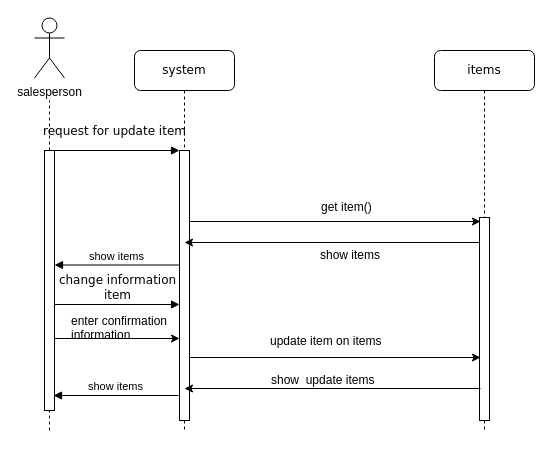
Above: sequence/update_item.drawio in aenad/iut_foods (draw.io), before the change. Source tidied: cells renumbered, new cells numbered last; positions are measured from the earlier drawing's top-left corner, leaving out a move shared by most shapes. Both pictures are drawn from the tidied source at 100%, with x=0, y=0 at pixel (34, 18).
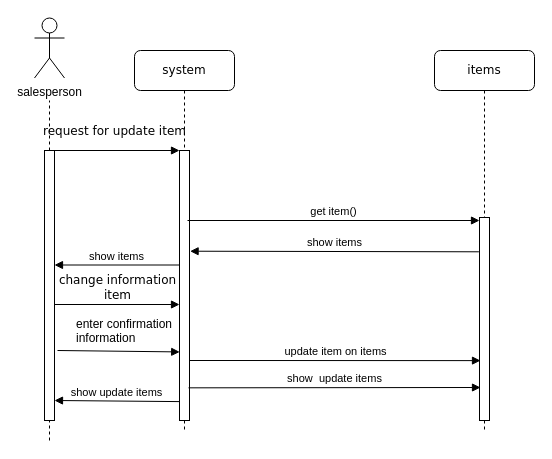
The same diagram, later.

Unchanged cells that the change refers to:
```xml
<mxCell id="2" value="system" style="shape=umlLifeline;perimeter=lifelinePerimeter;whiteSpace=wrap;html=1;rounded=1;shadow=0;comic=0;labelBackgroundColor=none;strokeColor=#000000;strokeWidth=1;fillColor=#FFFFFF;fontFamily=Verdana;fontSize=12;fontColor=#000000;align=center;" parent="1" vertex="1">
  <mxGeometry x="100" y="32" width="100" height="380" as="geometry" />
</mxCell>
<mxCell id="3" style="html=1;points=[];perimeter=orthogonalPerimeter;rounded=0;shadow=0;comic=0;labelBackgroundColor=none;strokeColor=#000000;strokeWidth=1;fillColor=#FFFFFF;fontFamily=Verdana;fontSize=12;fontColor=#000000;align=center;" parent="2" vertex="1">
  <mxGeometry x="45" y="100" width="10" height="270" as="geometry" />
</mxCell>
<mxCell id="6" style="html=1;points=[];perimeter=orthogonalPerimeter;rounded=0;shadow=0;comic=0;labelBackgroundColor=none;strokeColor=#000000;strokeWidth=1;fillColor=#FFFFFF;fontFamily=Verdana;fontSize=12;fontColor=#000000;align=center;" parent="1" vertex="1">
  <mxGeometry x="445" y="199" width="10" height="203" as="geometry" />
</mxCell>
```

The edit, as a diff of the source:
```diff
@@
+    <mxCell id="24" value="&lt;span&gt;show&amp;nbsp; update items&lt;/span&gt;" style="html=1;verticalAlign=bottom;endArrow=block;exitX=0.9;exitY=0.879;exitDx=0;exitDy=0;exitPerimeter=0;" parent="2" edge="1" source="3">
+      <mxGeometry relative="1" as="geometry">
+        <mxPoint x="346" y="337" as="targetPoint" />
+      </mxGeometry>
+    </mxCell>
@@
-    <mxCell id="5" style="edgeStyle=orthogonalEdgeStyle;rounded=0;orthogonalLoop=1;jettySize=auto;html=1;" parent="1" edge="1">
-      <mxGeometry relative="1" as="geometry">
-        <mxPoint x="445" y="224" as="sourcePoint" />
-        <mxPoint x="150" y="224" as="targetPoint" />
-      </mxGeometry>
-    </mxCell>
@@
-    <mxCell id="8" style="edgeStyle=orthogonalEdgeStyle;rounded=0;orthogonalLoop=1;jettySize=auto;html=1;" parent="1" edge="1">
-      <mxGeometry relative="1" as="geometry">
-        <mxPoint x="446" y="370" as="sourcePoint" />
-        <mxPoint x="150" y="370" as="targetPoint" />
-        <Array as="points">
-          <mxPoint x="446" y="370" />
-        </Array>
-      </mxGeometry>
-    </mxCell>
@@
-    <mxCell id="11" style="edgeStyle=orthogonalEdgeStyle;rounded=0;orthogonalLoop=1;jettySize=auto;html=1;entryX=-0.1;entryY=0.739;entryDx=0;entryDy=0;entryPerimeter=0;exitX=0.9;exitY=0.657;exitDx=0;exitDy=0;exitPerimeter=0;" parent="1" edge="1">
-      <mxGeometry relative="1" as="geometry">
-        <mxPoint x="19" y="341" as="sourcePoint" />
-        <mxPoint x="145" y="320" as="targetPoint" />
-        <Array as="points">
-          <mxPoint x="19" y="320" />
-        </Array>
-      </mxGeometry>
-    </mxCell>
     <mxCell id="12" style="html=1;points=[];perimeter=orthogonalPerimeter;rounded=0;shadow=0;comic=0;labelBackgroundColor=none;strokeColor=#000000;strokeWidth=1;fillColor=#FFFFFF;fontFamily=Verdana;fontSize=12;fontColor=#000000;align=center;" parent="1" vertex="1">
-      <mxGeometry x="10" y="132" width="10" height="260" as="geometry" />
+      <mxGeometry x="10" y="132" width="10" height="270" as="geometry" />
     </mxCell>
     <mxCell id="13" style="endArrow=none;dashed=1;html=1;" parent="1" edge="1" target="12">
       <mxGeometry relative="1" as="geometry">
-        <mxPoint x="15" y="412" as="sourcePoint" />
+        <mxPoint x="15" y="422" as="sourcePoint" />
       </mxGeometry>
     </mxCell>
@@
-    <mxCell id="15" style="edgeStyle=orthogonalEdgeStyle;rounded=0;orthogonalLoop=1;jettySize=auto;html=1;entryX=0.1;entryY=0.417;entryDx=0;entryDy=0;entryPerimeter=0;" parent="1" edge="1">
-      <mxGeometry relative="1" as="geometry">
-        <mxPoint x="155" y="203" as="sourcePoint" />
-        <mxPoint x="446" y="203" as="targetPoint" />
-      </mxGeometry>
-    </mxCell>
+    <mxCell id="22" value="show items" style="html=1;verticalAlign=bottom;endArrow=block;" parent="1" edge="1" target="12">
+      <mxGeometry relative="1" as="geometry">
+        <mxPoint x="145" y="246.5" as="sourcePoint" />
+      </mxGeometry>
+    </mxCell>
-    <mxCell id="16" value="get item()" style="text;html=1;align=left;verticalAlign=top;spacingTop=-4;" parent="1" vertex="1">
-      <mxGeometry x="285" y="179" width="70" height="20" as="geometry" />
+    <mxCell id="16" value="&lt;span&gt;get item()&lt;/span&gt;" style="html=1;verticalAlign=bottom;endArrow=block;exitX=0.9;exitY=0.879;exitDx=0;exitDy=0;exitPerimeter=0;" parent="1" edge="1">
+      <mxGeometry relative="1" as="geometry">
+        <mxPoint x="153" y="202" as="sourcePoint" />
+        <mxPoint x="445" y="202" as="targetPoint" />
+      </mxGeometry>
     </mxCell>
-    <mxCell id="17" value="show items" style="text;html=1;align=left;verticalAlign=top;spacingTop=-4;" parent="1" vertex="1">
-      <mxGeometry x="284" y="227" width="80" height="20" as="geometry" />
-    </mxCell>
+    <mxCell id="20" value="&lt;span&gt;update item on items&lt;/span&gt;" style="html=1;verticalAlign=bottom;endArrow=block;exitX=0.9;exitY=0.879;exitDx=0;exitDy=0;exitPerimeter=0;entryX=0.1;entryY=0.705;entryDx=0;entryDy=0;entryPerimeter=0;" parent="1" edge="1" target="6">
+      <mxGeometry relative="1" as="geometry">
+        <mxPoint x="155" y="342" as="sourcePoint" />
+      </mxGeometry>
+    </mxCell>
+    <mxCell id="25" value="&lt;span&gt;show items&lt;/span&gt;" style="html=1;verticalAlign=bottom;endArrow=block;exitX=-0.06;exitY=0.169;exitDx=0;exitDy=0;exitPerimeter=0;entryX=1.06;entryY=0.373;entryDx=0;entryDy=0;entryPerimeter=0;" parent="1" edge="1" source="6" target="3">
+      <mxGeometry relative="1" as="geometry" />
+    </mxCell>
-    <mxCell id="18" value="&lt;div&gt;enter confirmation&lt;/div&gt;&lt;div&gt; information&lt;/div&gt;" style="text;html=1;align=left;verticalAlign=top;spacingTop=-4;" parent="1" vertex="1">
-      <mxGeometry x="35" y="293" width="110" height="30" as="geometry" />
+    <mxCell id="18" value="enter confirmation&lt;br&gt;information" style="text;html=1;" parent="1" vertex="1">
+      <mxGeometry x="40" y="292" width="180" height="30" as="geometry" />
     </mxCell>
-    <mxCell id="19" style="edgeStyle=orthogonalEdgeStyle;rounded=0;orthogonalLoop=1;jettySize=auto;html=1;entryX=0.1;entryY=0.417;entryDx=0;entryDy=0;entryPerimeter=0;" parent="1" edge="1">
-      <mxGeometry relative="1" as="geometry">
-        <mxPoint x="155" y="339" as="sourcePoint" />
-        <mxPoint x="446" y="339" as="targetPoint" />
-      </mxGeometry>
-    </mxCell>
-    <mxCell id="20" value="update item on items" style="text;html=1;align=left;verticalAlign=top;spacingTop=-4;" parent="1" vertex="1">
-      <mxGeometry x="234" y="313" width="130" height="20" as="geometry" />
-    </mxCell>
-    <mxCell id="21" value="show&amp;nbsp; update items" style="text;html=1;align=left;verticalAlign=top;spacingTop=-4;" parent="1" vertex="1">
-      <mxGeometry x="235" y="352" width="120" height="20" as="geometry" />
-    </mxCell>
-    <mxCell id="22" value="show items" style="html=1;verticalAlign=bottom;endArrow=block;" parent="1" edge="1" target="12">
-      <mxGeometry relative="1" as="geometry">
-        <mxPoint x="145" y="246.5" as="sourcePoint" />
-      </mxGeometry>
-    </mxCell>
-    <mxCell id="23" value="show items" style="html=1;verticalAlign=bottom;endArrow=block;" parent="1" edge="1">
-      <mxGeometry relative="1" as="geometry">
-        <mxPoint x="144" y="377" as="sourcePoint" />
-        <mxPoint x="19" y="377" as="targetPoint" />
-      </mxGeometry>
-    </mxCell>
+    <mxCell id="26" value="&lt;span&gt;show update items&lt;/span&gt;" style="html=1;verticalAlign=bottom;endArrow=block;entryX=1.06;entryY=0.373;entryDx=0;entryDy=0;entryPerimeter=0;exitX=0.02;exitY=0.93;exitDx=0;exitDy=0;exitPerimeter=0;" parent="1" edge="1" source="3">
+      <mxGeometry relative="1" as="geometry">
+        <mxPoint x="20" y="382" as="targetPoint" />
+      </mxGeometry>
+    </mxCell>
+    <mxCell id="27" style="html=1;verticalAlign=bottom;endArrow=block;entryX=0.02;entryY=0.746;entryDx=0;entryDy=0;entryPerimeter=0;" parent="1" edge="1" target="3">
+      <mxGeometry relative="1" as="geometry">
+        <mxPoint x="23" y="332" as="sourcePoint" />
+      </mxGeometry>
+    </mxCell>
```
